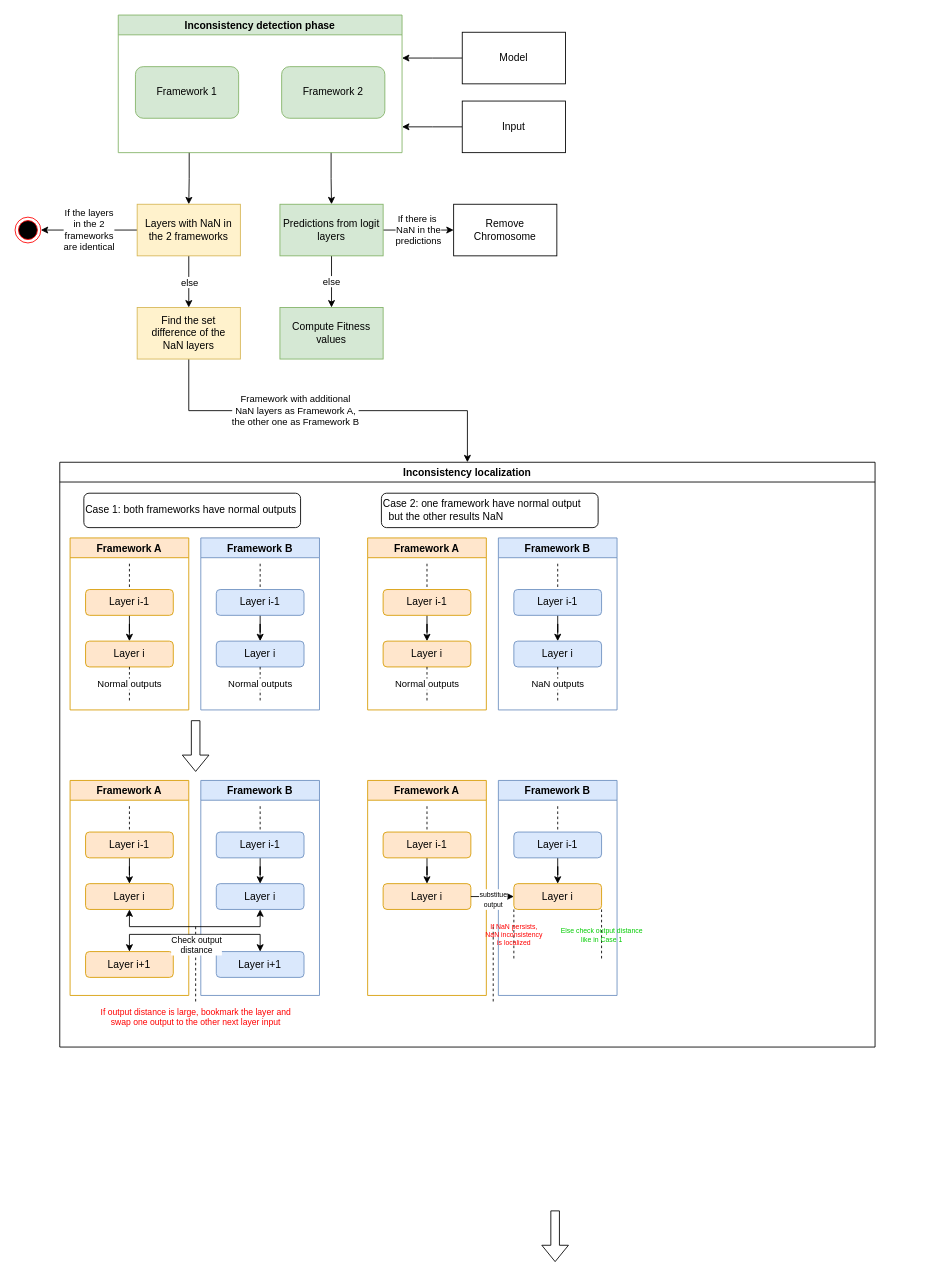
Above: GA/New_Inconsistency_detect.drawio in kelvinlyy/DCDT (draw.io), before the change. Source tidied: cells renumbered, new cells numbered last; positions are measured from the earlier drawing's top-left corner, leaving out a move shared by most shapes. Both pictures are drawn from the tidied source at 86%, with x=0, y=0 at pixel (15, 15).
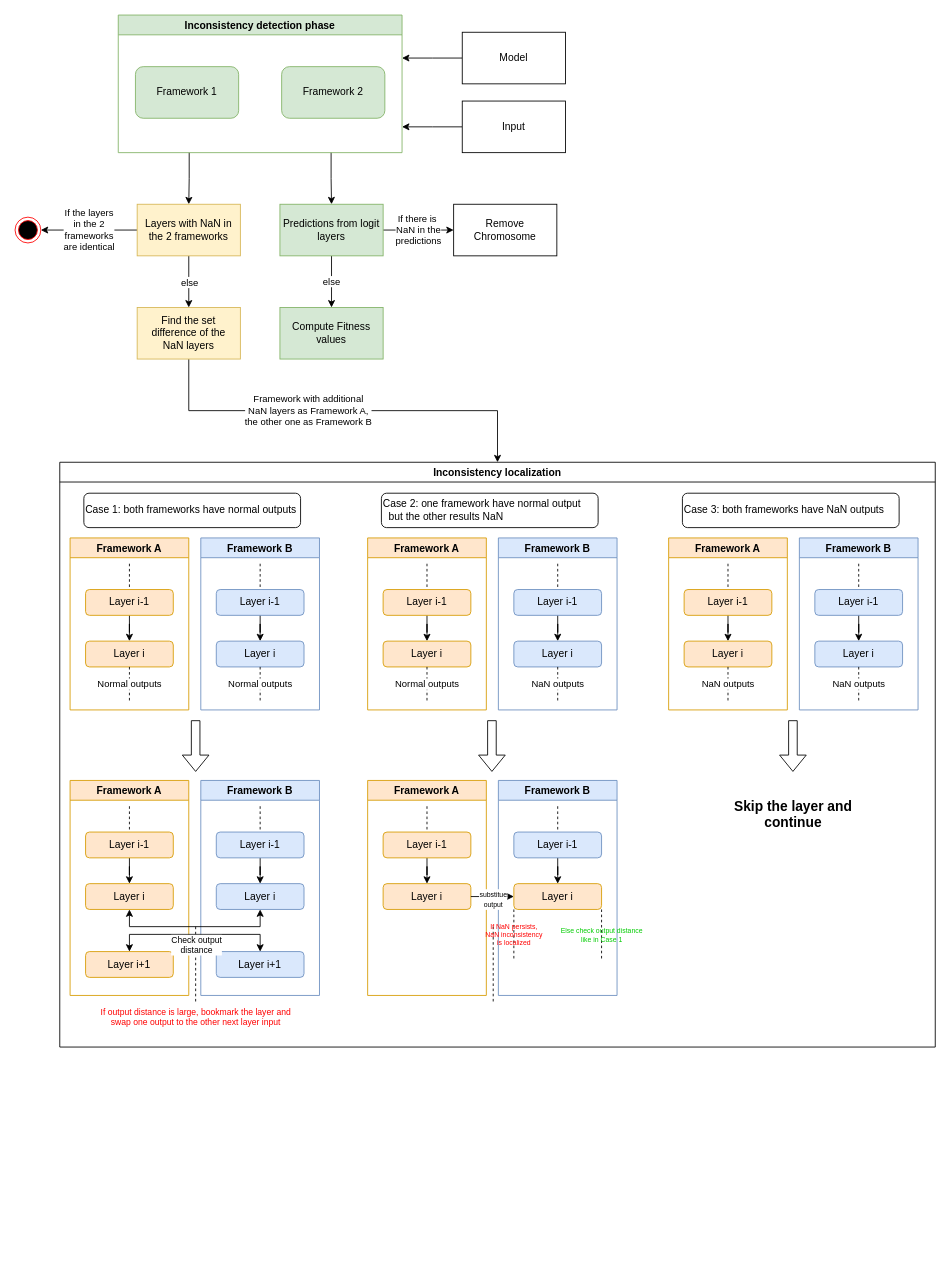
After the change.

The edit, as a diff of the source:
```diff
@@
     <mxCell id="2" value="Inconsistency localization" style="swimlane;" parent="1" vertex="1">
-      <mxGeometry x="52" y="520" width="948" height="680" as="geometry" />
+      <mxGeometry x="52" y="520" width="1018" height="680" as="geometry" />
     </mxCell>
@@
-    <mxCell id="35" style="shape=flexArrow;endArrow=classic;html=1;rounded=0;fontSize=10;" parent="2" edge="1">
-      <mxGeometry relative="1" as="geometry">
-        <mxPoint x="576" y="870" as="sourcePoint" />
-        <mxPoint x="576" y="930" as="targetPoint" />
-      </mxGeometry>
-    </mxCell>
@@
+    <mxCell id="84" style="shape=flexArrow;endArrow=classic;html=1;rounded=0;fontSize=10;" parent="2" edge="1">
+      <mxGeometry relative="1" as="geometry">
+        <mxPoint x="502.5" y="300" as="sourcePoint" />
+        <mxPoint x="502.5" y="360" as="targetPoint" />
+      </mxGeometry>
+    </mxCell>
+    <mxCell id="85" value="Framework A" style="swimlane;labelBackgroundColor=none;labelBorderColor=none;fillColor=#ffe6cc;strokeColor=#d79b00;" parent="2" vertex="1">
+      <mxGeometry x="708" y="88" width="138" height="200" as="geometry" />
+    </mxCell>
+    <mxCell id="86" style="edgeStyle=orthogonalEdgeStyle;rounded=0;jettySize=auto;html=1;entryX=0.5;entryY=0;entryDx=0;entryDy=0;endArrow=none;endFill=0;dashed=1;" parent="85" edge="1" target="88">
+      <mxGeometry relative="1" as="geometry">
+        <mxPoint x="69" y="30" as="sourcePoint" />
+      </mxGeometry>
+    </mxCell>
+    <mxCell id="87" style="edgeStyle=orthogonalEdgeStyle;rounded=0;jettySize=auto;html=1;endArrow=classic;endFill=1;" parent="85" edge="1" source="88" target="89">
+      <mxGeometry relative="1" as="geometry" />
+    </mxCell>
+    <mxCell id="88" value="Layer i-1" style="rounded=1;whiteSpace=wrap;html=1;labelBackgroundColor=none;labelBorderColor=none;fillColor=#ffe6cc;strokeColor=#d79b00;" parent="85" vertex="1">
+      <mxGeometry x="18" y="60" width="102" height="30" as="geometry" />
+    </mxCell>
+    <mxCell id="89" value="Layer i" style="rounded=1;whiteSpace=wrap;html=1;labelBackgroundColor=none;labelBorderColor=none;fillColor=#ffe6cc;strokeColor=#d79b00;" parent="85" vertex="1">
+      <mxGeometry x="18" y="120" width="102" height="30" as="geometry" />
+    </mxCell>
+    <mxCell id="90" value="Framework B" style="swimlane;labelBackgroundColor=none;labelBorderColor=none;fillColor=#dae8fc;strokeColor=#6c8ebf;" parent="2" vertex="1">
+      <mxGeometry x="860" y="88" width="138" height="200" as="geometry" />
+    </mxCell>
+    <mxCell id="91" style="edgeStyle=orthogonalEdgeStyle;rounded=0;jettySize=auto;html=1;entryX=0.5;entryY=0;entryDx=0;entryDy=0;endArrow=none;endFill=0;dashed=1;" parent="90" edge="1" target="93">
+      <mxGeometry relative="1" as="geometry">
+        <mxPoint x="69" y="30" as="sourcePoint" />
+      </mxGeometry>
+    </mxCell>
+    <mxCell id="92" style="edgeStyle=orthogonalEdgeStyle;rounded=0;jettySize=auto;html=1;endArrow=classic;endFill=1;" parent="90" edge="1" source="93" target="94">
+      <mxGeometry relative="1" as="geometry" />
+    </mxCell>
+    <mxCell id="93" value="Layer i-1" style="rounded=1;whiteSpace=wrap;html=1;labelBackgroundColor=none;labelBorderColor=none;fillColor=#dae8fc;strokeColor=#6c8ebf;" parent="90" vertex="1">
+      <mxGeometry x="18" y="60" width="102" height="30" as="geometry" />
+    </mxCell>
+    <mxCell id="94" value="Layer i" style="rounded=1;whiteSpace=wrap;html=1;labelBackgroundColor=none;labelBorderColor=none;fillColor=#dae8fc;strokeColor=#6c8ebf;" parent="90" vertex="1">
+      <mxGeometry x="18" y="120" width="102" height="30" as="geometry" />
+    </mxCell>
+    <mxCell id="95" value="Case 3: both frameworks have NaN outputs" style="rounded=1;whiteSpace=wrap;html=1;align=left;" parent="2" vertex="1">
+      <mxGeometry x="724" y="36" width="252" height="40" as="geometry" />
+    </mxCell>
+    <mxCell id="96" style="edgeStyle=orthogonalEdgeStyle;rounded=0;orthogonalLoop=1;jettySize=auto;html=1;labelBackgroundColor=none;fontSize=10;fontColor=#FF0000;startArrow=classic;startFill=1;endArrow=none;endFill=0;" parent="2" edge="1">
+      <mxGeometry relative="1" as="geometry">
+        <mxPoint x="828" y="505" as="targetPoint" />
+      </mxGeometry>
+    </mxCell>
+    <mxCell id="97" value="&lt;font color=&quot;#000000&quot; style=&quot;font-size: 8px&quot;&gt;substitue&lt;br&gt;output&lt;/font&gt;" style="edgeLabel;html=1;align=center;verticalAlign=middle;fontSize=10;fontColor=#FF0000;" parent="96" vertex="1">
+      <mxGeometry y="2" relative="1" as="geometry" />
+    </mxCell>
+    <mxCell id="98" style="shape=flexArrow;endArrow=classic;html=1;rounded=0;fontSize=10;" parent="2" edge="1">
+      <mxGeometry relative="1" as="geometry">
+        <mxPoint x="852.5" y="300" as="sourcePoint" />
+        <mxPoint x="852.5" y="360" as="targetPoint" />
+      </mxGeometry>
+    </mxCell>
+    <mxCell id="99" value="NaN outputs" style="edgeStyle=orthogonalEdgeStyle;rounded=0;jettySize=auto;html=1;endArrow=none;endFill=0;dashed=1;exitX=0.5;exitY=1;exitDx=0;exitDy=0;" parent="2" edge="1" source="89">
+      <mxGeometry relative="1" as="geometry">
+        <mxPoint x="777" y="278" as="targetPoint" />
+      </mxGeometry>
+    </mxCell>
+    <mxCell id="100" value="NaN outputs" style="edgeStyle=orthogonalEdgeStyle;rounded=0;jettySize=auto;html=1;endArrow=none;endFill=0;dashed=1;exitX=0.5;exitY=1;exitDx=0;exitDy=0;" parent="2" edge="1" source="94">
+      <mxGeometry relative="1" as="geometry">
+        <mxPoint x="929" y="278" as="targetPoint" />
+      </mxGeometry>
+    </mxCell>
+    <mxCell id="101" value="&lt;h1&gt;&lt;font color=&quot;#000000&quot;&gt;Skip the layer and continue&lt;/font&gt;&lt;/h1&gt;" style="text;html=1;strokeColor=none;fillColor=none;spacing=5;spacingTop=-20;whiteSpace=wrap;overflow=hidden;rounded=0;fontSize=8;fontColor=#00CC00;align=center;" parent="2" vertex="1">
+      <mxGeometry x="758" y="390" width="190" height="50" as="geometry" />
+    </mxCell>
```
